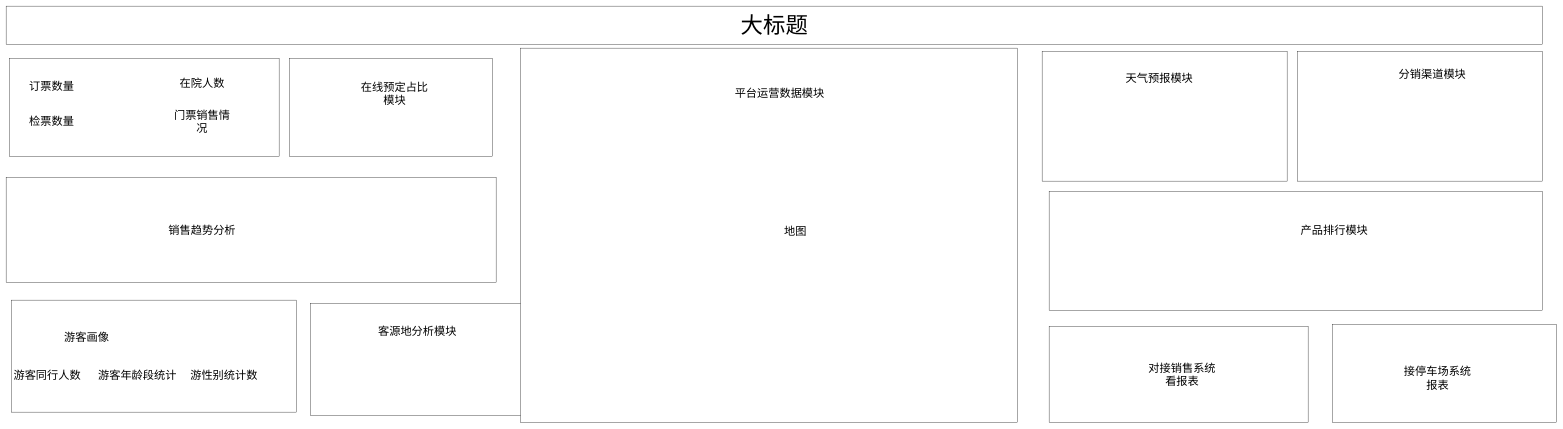
Before: 未命名绘图.drawio in bici-fed/drawio_note, a draw.io diagram. Source tidied: cells renumbered, new cells numbered last; positions are measured from the earlier drawing's top-left corner, leaving out a move shared by most shapes. Both pictures are drawn from the tidied source at 35%, with x=0, y=0 at pixel (6, 6).
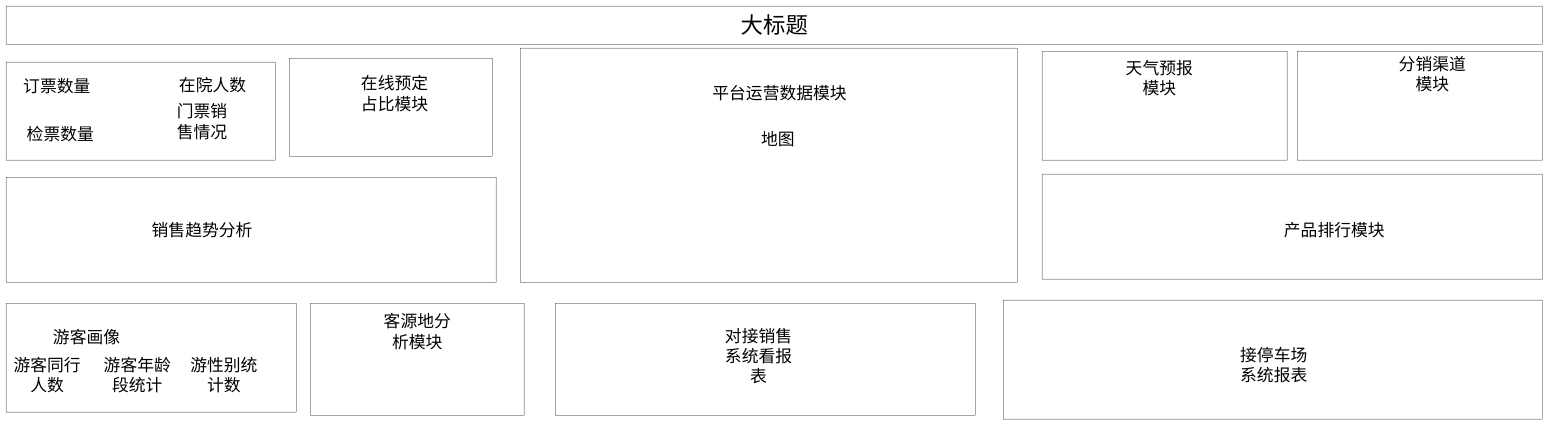
Above is the later version.

Commit message:
更新未命名绘图.drawio

Change to the diagram source:
```diff
@@
     <mxCell id="3" style="rounded=0;whiteSpace=wrap;html=1;" parent="1" vertex="1">
-      <mxGeometry x="10" y="150" width="770" height="280" as="geometry" />
+      <mxGeometry y="160" width="770" height="280" as="geometry" />
     </mxCell>
-    <mxCell id="4" value="订票数量" style="text;html=1;align=center;verticalAlign=middle;whiteSpace=wrap;rounded=0;fontSize=32;" parent="1" vertex="1">
-      <mxGeometry x="40" y="220" width="180" height="20" as="geometry" />
+    <mxCell id="4" value="订票数量" style="text;html=1;align=center;verticalAlign=middle;whiteSpace=wrap;rounded=0;fontSize=48;" parent="1" vertex="1">
+      <mxGeometry x="40" y="200" width="210" height="60" as="geometry" />
     </mxCell>
-    <mxCell id="5" value="检票数量" style="text;html=1;align=center;verticalAlign=middle;whiteSpace=wrap;rounded=0;fontSize=32;" parent="1" vertex="1">
-      <mxGeometry x="40" y="320" width="180" height="20" as="geometry" />
+    <mxCell id="5" value="检票数量" style="text;html=1;align=center;verticalAlign=middle;whiteSpace=wrap;rounded=0;fontSize=48;" parent="1" vertex="1">
+      <mxGeometry x="40" y="320" width="230" height="90" as="geometry" />
     </mxCell>
-    <mxCell id="6" value="在院人数" style="text;html=1;align=center;verticalAlign=middle;whiteSpace=wrap;rounded=0;fontSize=32;" parent="1" vertex="1">
-      <mxGeometry x="470" y="210" width="180" height="20" as="geometry" />
+    <mxCell id="6" value="在院人数" style="text;html=1;align=center;verticalAlign=middle;whiteSpace=wrap;rounded=0;fontSize=48;" parent="1" vertex="1">
+      <mxGeometry x="470" y="210" width="240" height="30" as="geometry" />
     </mxCell>
-    <mxCell id="7" value="门票销售情况" style="text;html=1;align=center;verticalAlign=middle;whiteSpace=wrap;rounded=0;fontSize=32;" parent="1" vertex="1">
+    <mxCell id="7" value="门票销售情况" style="text;html=1;align=center;verticalAlign=middle;whiteSpace=wrap;rounded=0;fontSize=48;" parent="1" vertex="1">
       <mxGeometry x="470" y="320" width="180" height="20" as="geometry" />
     </mxCell>
@@
-    <mxCell id="9" value="&lt;span style=&quot;text-align: start; font-size: 32px; font-family: DengXian;&quot;&gt;销售趋势分析&lt;/span&gt;&lt;span style=&quot;font-size: 32px; text-align: start;&quot;&gt;&lt;/span&gt;" style="text;html=1;align=center;verticalAlign=middle;whiteSpace=wrap;rounded=0;fontSize=32;" parent="1" vertex="1">
+    <mxCell id="9" value="&lt;span style=&quot;text-align: start; font-size: 48px; font-family: DengXian;&quot;&gt;销售趋势分析&lt;/span&gt;&lt;span style=&quot;font-size: 48px; text-align: start;&quot;&gt;&lt;/span&gt;" style="text;html=1;align=center;verticalAlign=middle;whiteSpace=wrap;rounded=0;fontSize=48;" parent="1" vertex="1">
       <mxGeometry x="365" y="620" width="390" height="40" as="geometry" />
     </mxCell>
     <mxCell id="10" style="rounded=0;whiteSpace=wrap;html=1;" parent="1" vertex="1">
-      <mxGeometry x="15" y="840" width="815" height="320" as="geometry" />
+      <mxGeometry y="850" width="830" height="310" as="geometry" />
     </mxCell>
-    <mxCell id="11" value="游客画像" style="text;html=1;align=center;verticalAlign=middle;whiteSpace=wrap;rounded=0;fontSize=32;" parent="1" vertex="1">
+    <mxCell id="11" value="游客画像" style="text;html=1;align=center;verticalAlign=middle;whiteSpace=wrap;rounded=0;fontSize=48;" parent="1" vertex="1">
       <mxGeometry x="80" y="920" width="300" height="50" as="geometry" />
     </mxCell>
-    <mxCell id="12" value="游客同行人数" style="text;html=1;align=center;verticalAlign=middle;whiteSpace=wrap;rounded=0;fontSize=32;" parent="1" vertex="1">
+    <mxCell id="12" value="游客同行人数" style="text;html=1;align=center;verticalAlign=middle;whiteSpace=wrap;rounded=0;fontSize=48;" parent="1" vertex="1">
       <mxGeometry x="15" y="1020" width="205" height="70" as="geometry" />
     </mxCell>
-    <mxCell id="13" value="游客年龄段统计" style="text;html=1;align=center;verticalAlign=middle;whiteSpace=wrap;rounded=0;fontSize=32;" parent="1" vertex="1">
+    <mxCell id="13" value="游客年龄段统计" style="text;html=1;align=center;verticalAlign=middle;whiteSpace=wrap;rounded=0;fontSize=48;" parent="1" vertex="1">
       <mxGeometry x="260" y="1020" width="230" height="70" as="geometry" />
     </mxCell>
-    <mxCell id="14" value="游性别统计数" style="text;html=1;align=center;verticalAlign=middle;whiteSpace=wrap;rounded=0;fontSize=32;" parent="1" vertex="1">
+    <mxCell id="14" value="游性别统计数" style="text;html=1;align=center;verticalAlign=middle;whiteSpace=wrap;rounded=0;fontSize=48;" parent="1" vertex="1">
       <mxGeometry x="520" y="1020" width="205" height="70" as="geometry" />
     </mxCell>
@@
-    <mxCell id="16" value="客源地分析模块" style="text;html=1;align=center;verticalAlign=middle;whiteSpace=wrap;rounded=0;fontSize=32;" parent="1" vertex="1">
+    <mxCell id="16" value="客源地分析模块" style="text;html=1;align=center;verticalAlign=middle;whiteSpace=wrap;rounded=0;fontSize=48;" parent="1" vertex="1">
       <mxGeometry x="1055" y="900" width="240" height="60" as="geometry" />
     </mxCell>
     <mxCell id="17" style="rounded=0;whiteSpace=wrap;html=1;" parent="1" vertex="1">
-      <mxGeometry x="1470" y="120" width="1420" height="1070" as="geometry" />
+      <mxGeometry x="1470" y="120" width="1420" height="670" as="geometry" />
     </mxCell>
-    <mxCell id="18" value="&lt;span style=&quot;text-align: start; font-size: 32px; font-family: DengXian;&quot;&gt;平台运营数据模块&lt;/span&gt;&lt;span style=&quot;font-size: 32px; text-align: start;&quot;&gt;&lt;/span&gt;" style="text;html=1;align=center;verticalAlign=middle;whiteSpace=wrap;rounded=0;fontSize=32;" parent="1" vertex="1">
+    <mxCell id="18" value="&lt;span style=&quot;text-align: start; font-size: 48px; font-family: DengXian;&quot;&gt;平台运营数据模块&lt;/span&gt;&lt;span style=&quot;font-size: 48px; text-align: start;&quot;&gt;&lt;/span&gt;" style="text;html=1;align=center;verticalAlign=middle;whiteSpace=wrap;rounded=0;fontSize=48;" parent="1" vertex="1">
       <mxGeometry x="2010" y="190" width="400" height="120" as="geometry" />
     </mxCell>
-    <mxCell id="19" value="地图" style="text;html=1;align=center;verticalAlign=middle;whiteSpace=wrap;rounded=0;fontSize=32;" parent="1" vertex="1">
-      <mxGeometry x="2080" y="584" width="350" height="120" as="geometry" />
+    <mxCell id="19" value="地图" style="text;html=1;align=center;verticalAlign=middle;whiteSpace=wrap;rounded=0;fontSize=48;" parent="1" vertex="1">
+      <mxGeometry x="2030" y="320" width="350" height="120" as="geometry" />
     </mxCell>
     <mxCell id="20" style="rounded=0;whiteSpace=wrap;html=1;" parent="1" vertex="1">
-      <mxGeometry x="2960" y="130" width="700" height="370" as="geometry" />
+      <mxGeometry x="2960" y="130" width="700" height="310" as="geometry" />
     </mxCell>
-    <mxCell id="21" value="天气预报模块" style="text;html=1;align=center;verticalAlign=middle;whiteSpace=wrap;rounded=0;fontSize=32;" parent="1" vertex="1">
+    <mxCell id="21" value="天气预报模块" style="text;html=1;align=center;verticalAlign=middle;whiteSpace=wrap;rounded=0;fontSize=48;" parent="1" vertex="1">
       <mxGeometry x="3180" y="190" width="230" height="30" as="geometry" />
     </mxCell>
     <mxCell id="22" style="rounded=0;whiteSpace=wrap;html=1;" parent="1" vertex="1">
-      <mxGeometry x="3690" y="130" width="700" height="370" as="geometry" />
+      <mxGeometry x="3690" y="130" width="700" height="310" as="geometry" />
     </mxCell>
-    <mxCell id="23" value="分销渠道模块" style="text;html=1;align=center;verticalAlign=middle;whiteSpace=wrap;rounded=0;fontSize=32;" parent="1" vertex="1">
+    <mxCell id="23" value="分销渠道模块" style="text;html=1;align=center;verticalAlign=middle;whiteSpace=wrap;rounded=0;fontSize=48;" parent="1" vertex="1">
       <mxGeometry x="3960" y="180" width="230" height="30" as="geometry" />
     </mxCell>
     <mxCell id="24" style="rounded=0;whiteSpace=wrap;html=1;fontSize=32;" parent="1" vertex="1">
-      <mxGeometry x="2980" y="530" width="1410" height="340" as="geometry" />
+      <mxGeometry x="2960" y="480" width="1430" height="300" as="geometry" />
     </mxCell>
-    <mxCell id="25" value="产品排行模块" style="text;html=1;align=center;verticalAlign=middle;whiteSpace=wrap;rounded=0;fontSize=32;" parent="1" vertex="1">
+    <mxCell id="25" value="产品排行模块" style="text;html=1;align=center;verticalAlign=middle;whiteSpace=wrap;rounded=0;fontSize=48;" parent="1" vertex="1">
       <mxGeometry x="3650" y="605" width="290" height="70" as="geometry" />
     </mxCell>
@@
-    <mxCell id="27" value="在线预定占比模块" style="text;html=1;align=center;verticalAlign=middle;whiteSpace=wrap;rounded=0;fontSize=32;" parent="1" vertex="1">
+    <mxCell id="27" value="在线预定占比模块" style="text;html=1;align=center;verticalAlign=middle;whiteSpace=wrap;rounded=0;fontSize=48;" parent="1" vertex="1">
       <mxGeometry x="1000" y="225" width="220" height="50" as="geometry" />
     </mxCell>
     <mxCell id="28" style="rounded=0;whiteSpace=wrap;html=1;" parent="1" vertex="1">
-      <mxGeometry x="2980" y="915" width="740" height="275" as="geometry" />
+      <mxGeometry x="1570" y="850" width="1200" height="320" as="geometry" />
     </mxCell>
-    <mxCell id="29" value="对接销售系统看报表" style="text;html=1;align=center;verticalAlign=middle;whiteSpace=wrap;rounded=0;fontSize=32;" parent="1" vertex="1">
-      <mxGeometry x="3260" y="1037.5" width="200" height="30" as="geometry" />
+    <mxCell id="29" value="对接销售系统看报表" style="text;html=1;align=center;verticalAlign=middle;whiteSpace=wrap;rounded=0;fontSize=48;" parent="1" vertex="1">
+      <mxGeometry x="2050" y="985" width="200" height="30" as="geometry" />
     </mxCell>
     <mxCell id="30" style="rounded=0;whiteSpace=wrap;html=1;" parent="1" vertex="1">
-      <mxGeometry x="3790" y="910" width="640" height="280" as="geometry" />
+      <mxGeometry x="2850" y="840" width="1540" height="340" as="geometry" />
     </mxCell>
-    <mxCell id="31" value="接停车场系统报表" style="text;html=1;align=center;verticalAlign=middle;whiteSpace=wrap;rounded=0;fontSize=32;" parent="1" vertex="1">
-      <mxGeometry x="3990" y="1047.5" width="200" height="30" as="geometry" />
+    <mxCell id="31" value="接停车场系统报表" style="text;html=1;align=center;verticalAlign=middle;whiteSpace=wrap;rounded=0;fontSize=48;" parent="1" vertex="1">
+      <mxGeometry x="3522" y="1010" width="200" height="30" as="geometry" />
     </mxCell>
```
